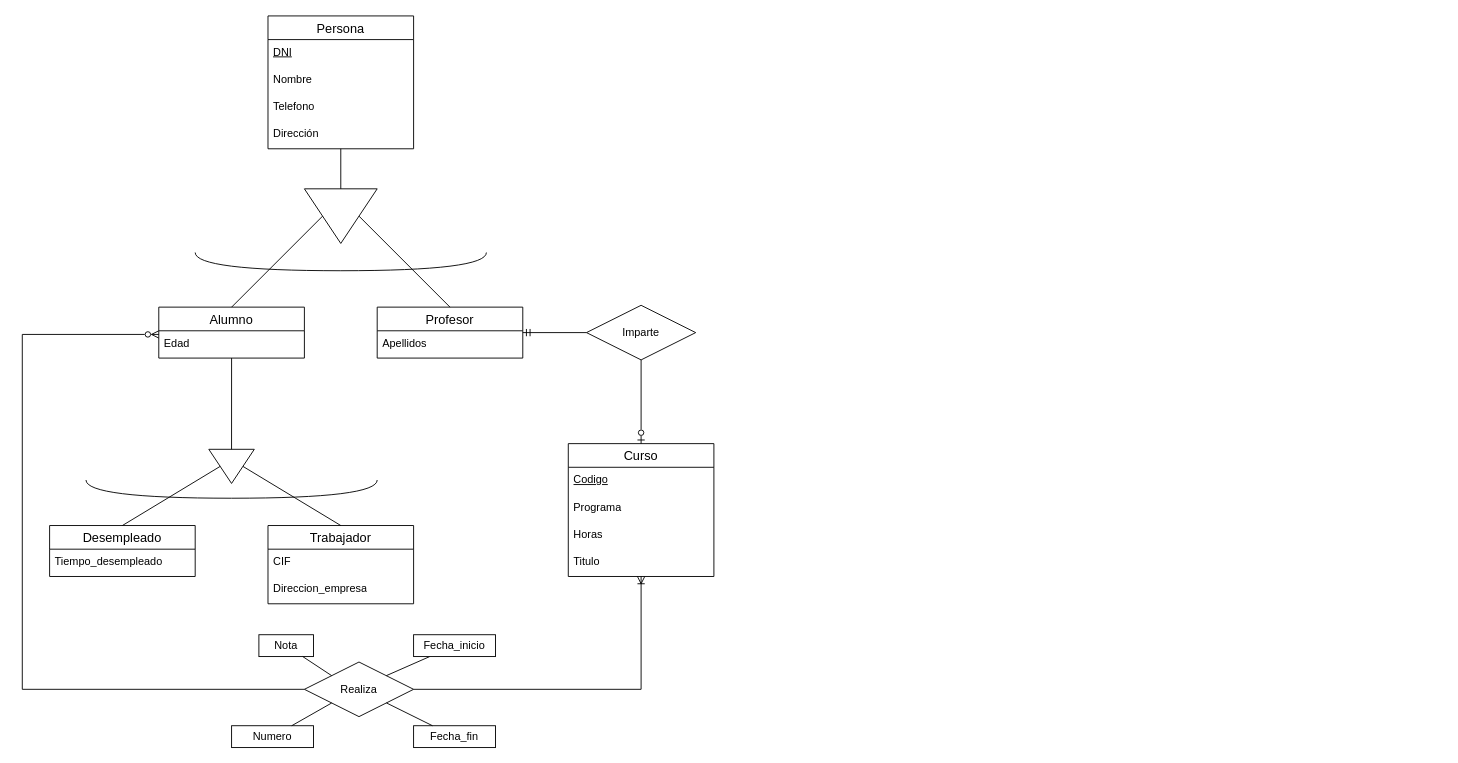
Earlier version of the draw.io diagram TA12Ej2.drawio (AlejandroCara/acr-tsys-modeloER-drawio-1110). Source tidied: cells renumbered, new cells numbered last; positions are measured from the earlier drawing's top-left corner, leaving out a move shared by most shapes. Both pictures are drawn from the tidied source at 91%, with x=0, y=0 at pixel (22, 15).
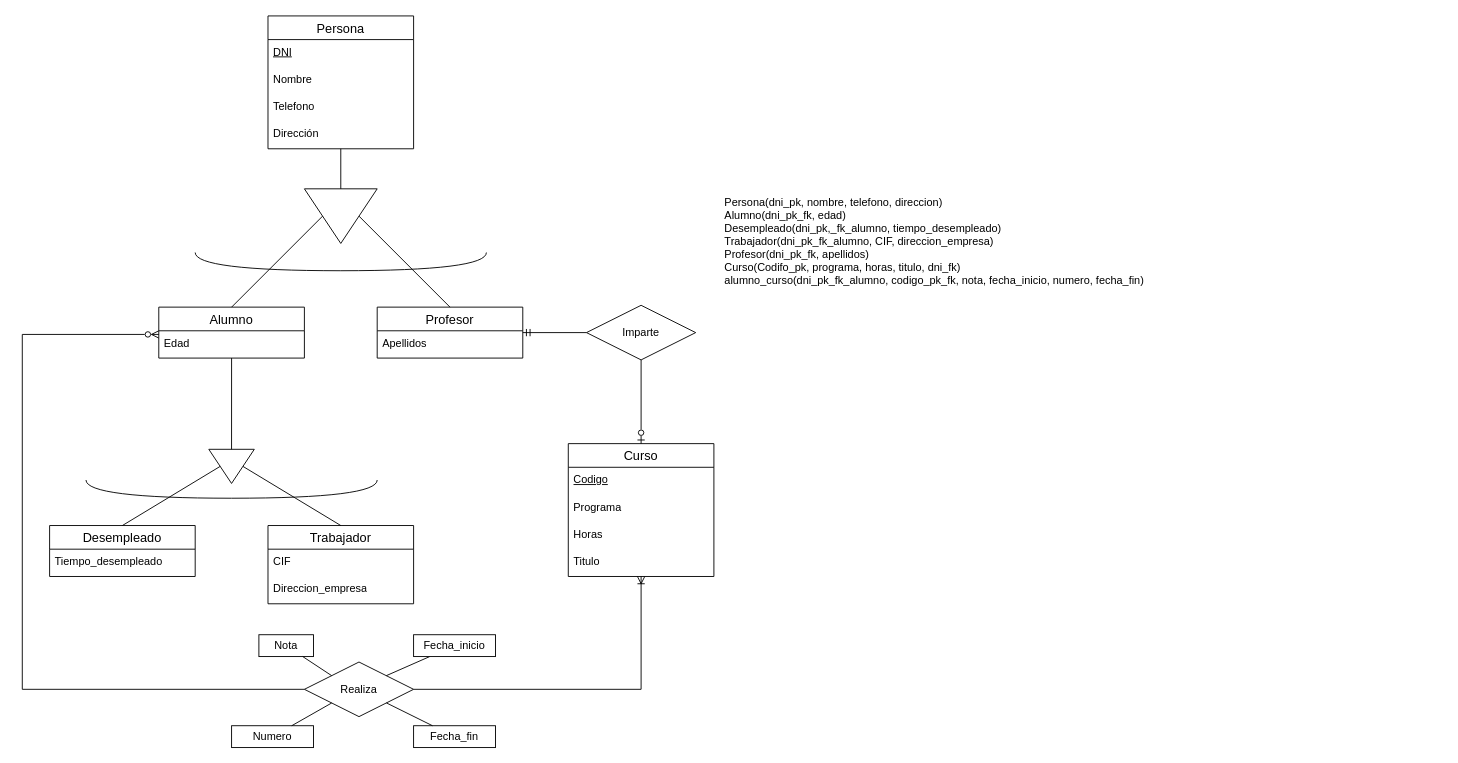
The same diagram, later.

What changed in the source:
```diff
@@
+    <mxCell id="45" value="Persona(dni_pk, nombre, telefono, direccion)&lt;br&gt;Alumno(dni_pk_fk, edad)&lt;br&gt;Desempleado(dni_pk,_fk_alumno, tiempo_desempleado)&lt;br&gt;Trabajador(dni_pk_fk_alumno, CIF, direccion_empresa)&lt;br&gt;Profesor(dni_pk_fk, apellidos)&lt;br&gt;Curso(Codifo_pk, programa, horas, titulo, dni_fk)&lt;br&gt;alumno_curso(dni_pk_fk_alumno, codigo_pk_fk, nota, fecha_inicio, numero, fecha_fin)" style="text;html=1;strokeColor=none;fillColor=none;align=left;verticalAlign=middle;whiteSpace=wrap;rounded=0;" parent="1" vertex="1">
+      <mxGeometry x="770" y="26" width="790" height="444" as="geometry" />
+    </mxCell>
```
